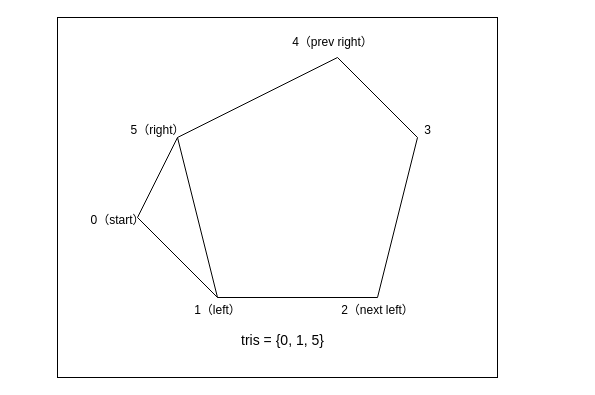
Before: page "Page-6-2" (37 of 41) of file/Algorithm/NavmeshNavigation/NavmeshNavigation.drawio in FallingXun/FallingXun.github.io, a draw.io diagram. Source tidied: cells renumbered, new cells numbered last; positions are measured from the earlier drawing's top-left corner, leaving out a move shared by most shapes. Both pictures are drawn from the tidied source at 100%, with x=0, y=0 at pixel (57, 17).
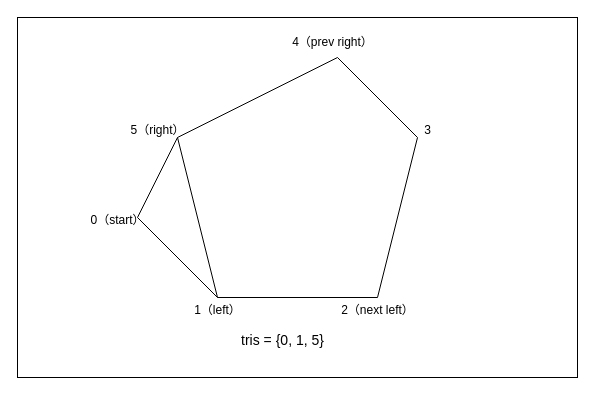
After the change.

The edit, as a diff of the source:
```diff
@@
-    <mxCell id="16" style="rounded=0;whiteSpace=wrap;html=1;fillColor=none;" parent="1" vertex="1">
-      <mxGeometry width="440" height="360" as="geometry" />
-    </mxCell>
+    <mxCell id="17" style="rounded=0;whiteSpace=wrap;html=1;fillColor=none;" parent="1" vertex="1">
+      <mxGeometry x="-40" width="560" height="360" as="geometry" />
+    </mxCell>
```
